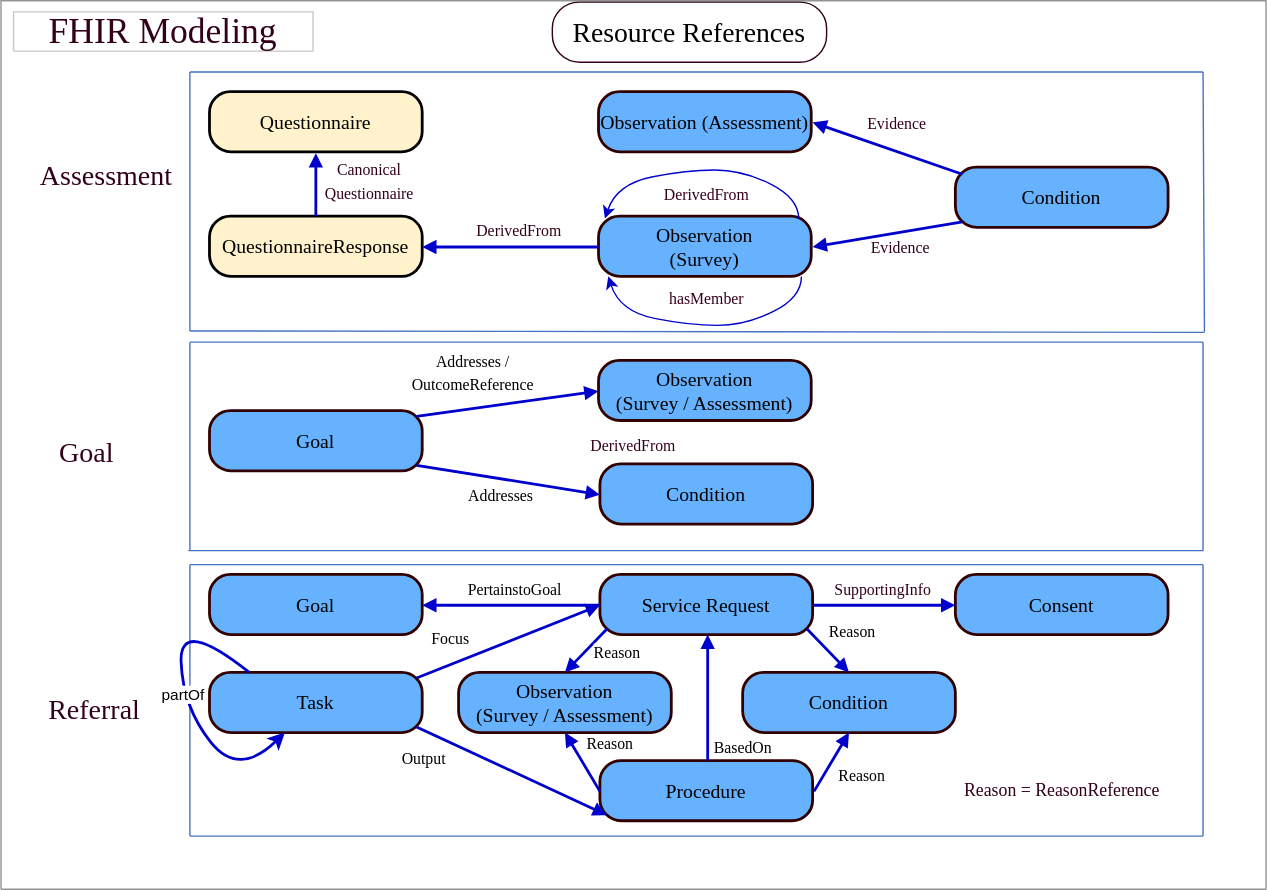
This is input/images/FHIRModeling.svg from HL7/fhir-sdoh-clinicalcare, a draw.io export, as it was before one commit. Source tidied: cells renumbered, new cells last; positions are measured from the earlier drawing's top-left corner, leaving out a move shared by most shapes.
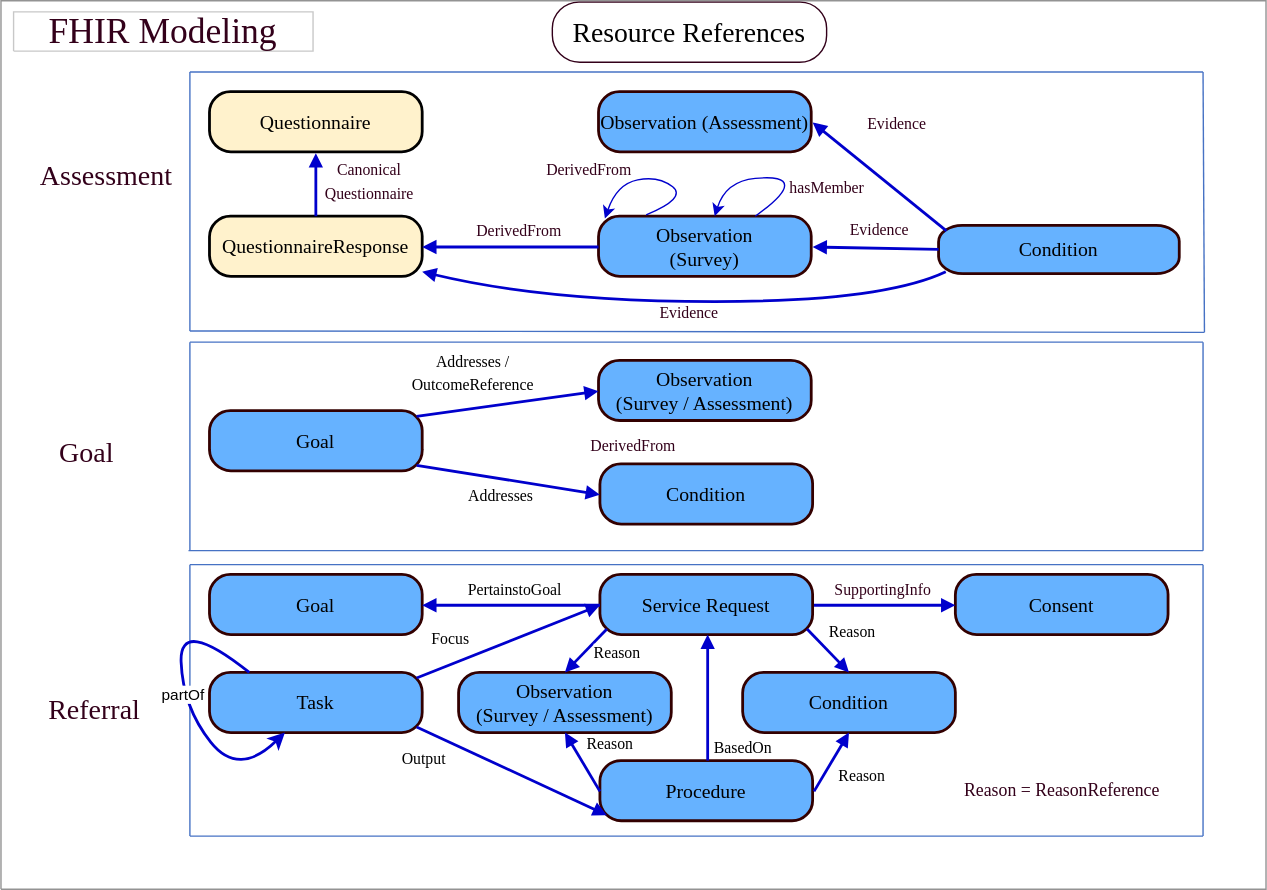
Later version of the same file.

Change to the diagram source:
```diff
@@ -24,7 +24,7 @@
       <mxGeometry x="149" y="293" width="152" height="43" as="geometry" />
     </mxCell>
     <mxCell id="9" value="&lt;div style=&quot;font-size: 1px&quot;&gt;&lt;font style=&quot;font-size:14.11px;font-family:Calibri;color:#000000;direction:ltr;letter-spacing:0px;line-height:120%;opacity:1&quot;&gt;Condition&lt;br/&gt;&lt;/font&gt;&lt;/div&gt;" style="verticalAlign=middle;align=center;vsdxID=9;fillColor=#66B2FF;gradientColor=none;shape=(stored shape, 328 characters);strokeColor=#330000;strokeWidth=2;points=[[0,0.5,0],[1,0.5,0],[0.5,1,0],[0.5,0,0],[0.03,0.04,0],[0.97,0.04,0],[0.03,0.96,0],[0.97,0.96,0]];labelBackgroundColor=none;rounded=0;html=1;whiteSpace=wrap;" parent="1" vertex="1">
-      <mxGeometry x="682" y="119" width="152" height="43" as="geometry" />
+      <mxGeometry x="670" y="160.5" width="172" height="34.5" as="geometry" />
     </mxCell>
     <mxCell id="10" value="&lt;div style=&quot;font-size: 1px&quot;&gt;&lt;font style=&quot;font-size:14.11px;font-family:Calibri;color:#000000;direction:ltr;letter-spacing:0px;line-height:120%;opacity:1&quot;&gt;Service Request&lt;br/&gt;&lt;/font&gt;&lt;/div&gt;" style="verticalAlign=middle;align=center;vsdxID=10;fillColor=#66B2FF;gradientColor=none;shape=(stored shape, 328 characters);strokeColor=#330000;strokeWidth=2;points=[[0,0.5,0],[1,0.5,0],[0.5,1,0],[0.5,0,0],[0.03,0.04,0],[0.97,0.04,0],[0.03,0.96,0],[0.97,0.96,0]];labelBackgroundColor=none;rounded=0;html=1;whiteSpace=wrap;" parent="1" vertex="1">
       <mxGeometry x="428" y="410" width="152" height="43" as="geometry" />
@@ -168,7 +168,7 @@
     <mxCell id="42" value="&lt;div style=&quot;font-size: 1px&quot;&gt;&lt;font style=&quot;font-size: 11.29px; font-family: Calibri; direction: ltr; letter-spacing: 0px; line-height: 120%; opacity: 1;&quot;&gt;&lt;br&gt;&lt;/font&gt;&lt;/div&gt;" style="vsdxID=98;edgeStyle=none;startArrow=none;endArrow=block;startSize=5;endSize=5;strokeWidth=2;strokeColor=#0000CC;spacingTop=0;spacingBottom=0;spacingLeft=0;spacingRight=0;verticalAlign=middle;html=1;labelBackgroundColor=#ffffff;rounded=0;align=center;exitX=0.03289473684210526;exitY=0.11627906976744186;exitDx=0;exitDy=0;exitPerimeter=0;entryX=1.006578947368421;entryY=0.5116279069767442;entryDx=0;entryDy=0;entryPerimeter=0;" parent="1" edge="1" source="9" target="18">
       <mxGeometry relative="1" as="geometry" />
     </mxCell>
-    <mxCell id="43" value="&lt;div style=&quot;font-size: 1px&quot;&gt;&lt;font style=&quot;font-size: 11.29px; font-family: Calibri; direction: ltr; letter-spacing: 0px; line-height: 120%; opacity: 1;&quot;&gt;&lt;br&gt;&lt;/font&gt;&lt;/div&gt;" style="vsdxID=93;edgeStyle=none;startArrow=none;endArrow=block;startSize=5;endSize=5;strokeWidth=2;strokeColor=#0000CC;spacingTop=0;spacingBottom=0;spacingLeft=0;spacingRight=0;verticalAlign=middle;html=1;labelBackgroundColor=#ffffff;rounded=0;align=center;exitX=0.03289473684210526;exitY=0.9069767441860465;exitDx=0;exitDy=0;exitPerimeter=0;entryX=1.006578947368421;entryY=0.5116279069767442;entryDx=0;entryDy=0;entryPerimeter=0;" parent="1" edge="1" source="9" target="7">
+    <mxCell id="43" value="&lt;div style=&quot;font-size: 1px&quot;&gt;&lt;font style=&quot;font-size: 11.29px; font-family: Calibri; direction: ltr; letter-spacing: 0px; line-height: 120%; opacity: 1;&quot;&gt;&lt;br&gt;&lt;/font&gt;&lt;/div&gt;" style="vsdxID=93;edgeStyle=none;startArrow=none;endArrow=block;startSize=5;endSize=5;strokeWidth=2;strokeColor=#0000CC;spacingTop=0;spacingBottom=0;spacingLeft=0;spacingRight=0;verticalAlign=middle;html=1;labelBackgroundColor=#ffffff;rounded=0;align=center;entryX=1.006578947368421;entryY=0.5116279069767442;entryDx=0;entryDy=0;entryPerimeter=0;exitX=0;exitY=0.5;exitDx=0;exitDy=0;exitPerimeter=0;" parent="1" edge="1" source="9" target="7">
       <mxGeometry relative="1" as="geometry">
         <mxPoint x="-1" as="offset" />
       </mxGeometry>
@@ -202,12 +202,11 @@
         <mxPoint x="-1" as="offset" />
       </mxGeometry>
     </mxCell>
-    <mxCell id="51" style="curved=1;endArrow=classic;html=1;rounded=0;entryX=0.03;entryY=0.04;entryDx=0;entryDy=0;entryPerimeter=0;strokeColor=#0000CC;exitX=0.941;exitY=0.04;exitDx=0;exitDy=0;exitPerimeter=0;" parent="1" edge="1" source="7" target="7">
+    <mxCell id="51" style="curved=1;endArrow=classic;html=1;rounded=0;entryX=0.03;entryY=0.04;entryDx=0;entryDy=0;entryPerimeter=0;strokeColor=#0000CC;exitX=0.224;exitY=-0.023;exitDx=0;exitDy=0;exitPerimeter=0;" parent="1" edge="1" source="7" target="7">
       <mxGeometry relative="1" as="geometry">
         <Array as="points">
-          <mxPoint x="570" y="141" />
-          <mxPoint x="530" y="121" />
-          <mxPoint x="490" y="121" />
+          <mxPoint x="490" y="141" />
+          <mxPoint x="470" y="125" />
           <mxPoint x="440" y="131" />
         </Array>
       </mxGeometry>
@@ -253,10 +252,10 @@
       <mxGeometry x="610" y="76.5" width="60" height="20" as="geometry" />
     </mxCell>
     <mxCell id="63" value="&lt;meta charset=&quot;utf-8&quot;&gt;&lt;span style=&quot;color: rgb(51, 0, 26); font-family: Calibri; font-size: 11.29px; font-style: normal; font-variant-ligatures: normal; font-variant-caps: normal; font-weight: 400; letter-spacing: normal; orphans: 2; text-align: center; text-indent: 0px; text-transform: none; widows: 2; word-spacing: 0px; -webkit-text-stroke-width: 0px; background-color: rgb(255, 255, 255); text-decoration-thickness: initial; text-decoration-style: initial; text-decoration-color: initial; float: none; display: inline !important;&quot;&gt;Evidence&lt;/span&gt;" style="text;whiteSpace=wrap;html=1;fontSize=14;fontColor=#33001A;" parent="1" vertex="1">
-      <mxGeometry x="620" y="160.5" width="70" height="30" as="geometry" />
+      <mxGeometry x="605" y="148" width="70" height="30" as="geometry" />
     </mxCell>
     <mxCell id="64" value="&lt;span style=&quot;font-family: Calibri; font-size: 11.29px; background-color: rgb(255, 255, 255);&quot;&gt;DerivedFrom&lt;/span&gt;" style="text;html=1;align=center;verticalAlign=middle;strokeColor=none;fillColor=none;fontSize=14;fontColor=#33001A;" parent="1" vertex="1">
-      <mxGeometry x="464" y="128" width="80" height="20" as="geometry" />
+      <mxGeometry x="380" y="110" width="80" height="20" as="geometry" />
     </mxCell>
     <mxCell id="65" value="&lt;span style=&quot;font-family: Calibri; font-size: 11.29px; background-color: rgb(255, 255, 255);&quot;&gt;Canonical&lt;/span&gt;&lt;br style=&quot;font-family: Calibri; font-size: 11.29px; background-color: rgb(255, 255, 255);&quot;&gt;&lt;span style=&quot;font-family: Calibri; font-size: 11.29px; background-color: rgb(255, 255, 255);&quot;&gt;Questionnaire&lt;/span&gt;" style="text;html=1;align=center;verticalAlign=middle;strokeColor=none;fillColor=none;fontSize=14;fontColor=#33001A;" parent="1" vertex="1">
       <mxGeometry x="223" y="108" width="80" height="40" as="geometry" />
@@ -270,20 +269,30 @@
     <mxCell id="68" value="&lt;span style=&quot;font-family: Calibri; font-size: 11.29px; background-color: rgb(255, 255, 255);&quot;&gt;DerivedFrom&lt;/span&gt;" style="text;html=1;align=center;verticalAlign=middle;strokeColor=none;fillColor=none;fontSize=14;fontColor=#33001A;" parent="1" vertex="1">
       <mxGeometry x="330" y="154" width="80" height="20" as="geometry" />
     </mxCell>
-    <mxCell id="69" style="curved=1;endArrow=classic;html=1;rounded=0;entryX=0.03;entryY=0.04;entryDx=0;entryDy=0;entryPerimeter=0;strokeColor=#0000CC;exitX=0.941;exitY=0.04;exitDx=0;exitDy=0;exitPerimeter=0;" parent="1" edge="1">
-      <mxGeometry relative="1" as="geometry">
-        <mxPoint x="572" y="197" as="sourcePoint" />
-        <mxPoint x="434" y="197" as="targetPoint" />
-        <Array as="points">
-          <mxPoint x="572" y="212" />
-          <mxPoint x="532" y="232" />
-          <mxPoint x="492" y="232" />
-          <mxPoint x="442" y="222" />
-        </Array>
-      </mxGeometry>
-    </mxCell>
     <mxCell id="70" value="&lt;span style=&quot;font-family: Calibri; font-size: 11.29px; background-color: rgb(255, 255, 255);&quot;&gt;hasMember&lt;/span&gt;" style="text;html=1;align=center;verticalAlign=middle;strokeColor=none;fillColor=none;fontSize=14;fontColor=#33001A;" parent="1" vertex="1">
-      <mxGeometry x="464" y="197" width="80" height="30" as="geometry" />
+      <mxGeometry x="550" y="118" width="80" height="30" as="geometry" />
     </mxCell>
+    <mxCell id="71" style="curved=1;endArrow=classic;html=1;rounded=0;entryX=0.03;entryY=0.04;entryDx=0;entryDy=0;entryPerimeter=0;strokeColor=#0000CC;" parent="1" edge="1">
+      <mxGeometry relative="1" as="geometry">
+        <mxPoint x="539" y="154" as="sourcePoint" />
+        <mxPoint x="510" y="154" as="targetPoint" />
+        <Array as="points">
+          <mxPoint x="560" y="139" />
+          <mxPoint x="560" y="125" />
+          <mxPoint x="518" y="129" />
+        </Array>
+      </mxGeometry>
+    </mxCell>
+    <mxCell id="72" value="&lt;div style=&quot;font-size: 1px&quot;&gt;&lt;font style=&quot;font-size: 11.29px; font-family: Calibri; direction: ltr; letter-spacing: 0px; line-height: 120%; opacity: 1;&quot;&gt;&lt;br&gt;&lt;/font&gt;&lt;/div&gt;" style="vsdxID=98;edgeStyle=none;startArrow=none;endArrow=block;startSize=5;endSize=5;strokeWidth=2;strokeColor=#0000CC;spacingTop=0;spacingBottom=0;spacingLeft=0;spacingRight=0;verticalAlign=middle;html=1;labelBackgroundColor=#ffffff;align=center;exitX=0.03;exitY=0.96;exitDx=0;exitDy=0;exitPerimeter=0;curved=1;" parent="1" edge="1" source="9" target="6">
+      <mxGeometry x="0.09" y="15" relative="1" as="geometry">
+        <Array as="points">
+          <mxPoint x="630" y="215" />
+          <mxPoint x="390" y="215" />
+        </Array>
+      </mxGeometry>
+    </mxCell>
+    <mxCell id="73" value="&lt;meta charset=&quot;utf-8&quot;&gt;&lt;span style=&quot;color: rgb(51, 0, 26); font-family: Calibri; font-size: 11.29px; font-style: normal; font-variant-ligatures: normal; font-variant-caps: normal; font-weight: 400; letter-spacing: normal; orphans: 2; text-align: center; text-indent: 0px; text-transform: none; widows: 2; word-spacing: 0px; -webkit-text-stroke-width: 0px; background-color: rgb(255, 255, 255); text-decoration-thickness: initial; text-decoration-style: initial; text-decoration-color: initial; float: none; display: inline !important;&quot;&gt;Evidence&lt;/span&gt;" style="text;whiteSpace=wrap;html=1;fontSize=14;fontColor=#33001A;" parent="1" vertex="1">
+      <mxGeometry x="469" y="207" width="70" height="30" as="geometry" />
+    </mxCell>
   </root>
 </mxGraphModel>
```
